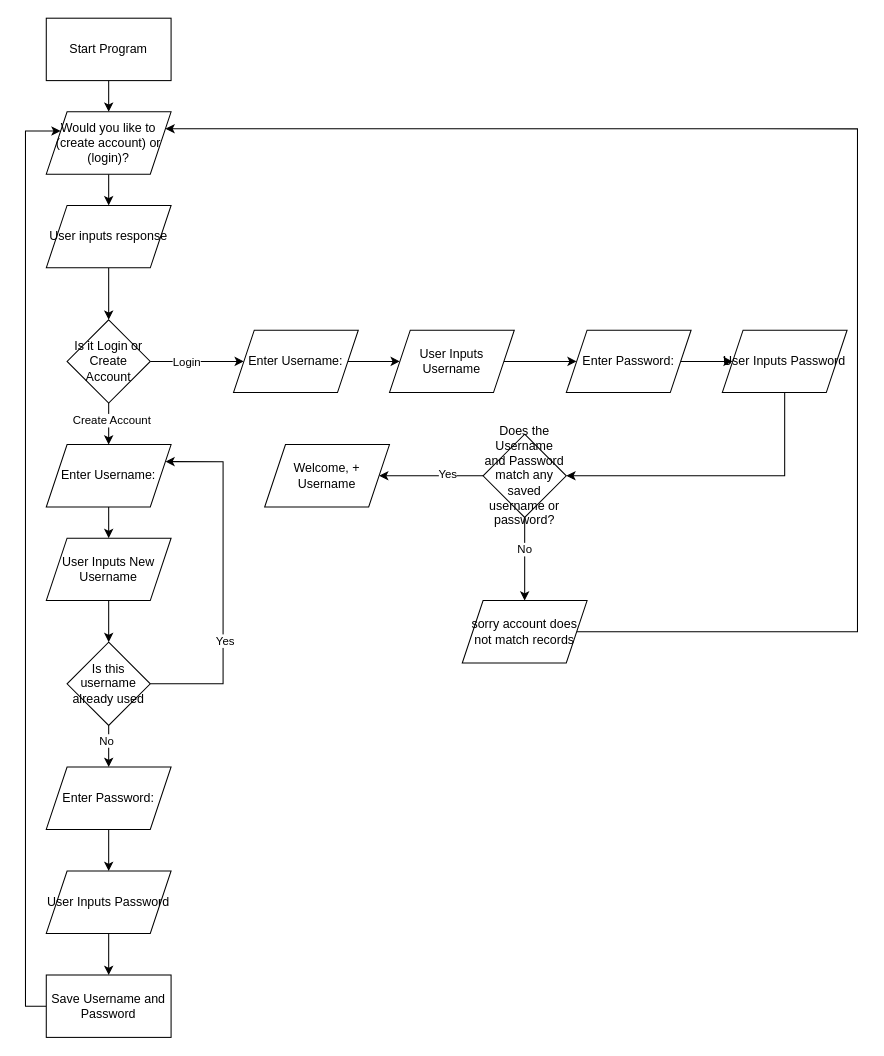
Above: AdvArrays.drawio in ip1200-Wilson/First-repository (draw.io), before the change. Source tidied: cells renumbered, new cells numbered last; positions are measured from the earlier drawing's top-left corner, leaving out a move shared by most shapes. Both pictures are drawn from the tidied source at 104%, with x=0, y=0 at pixel (25, 18).
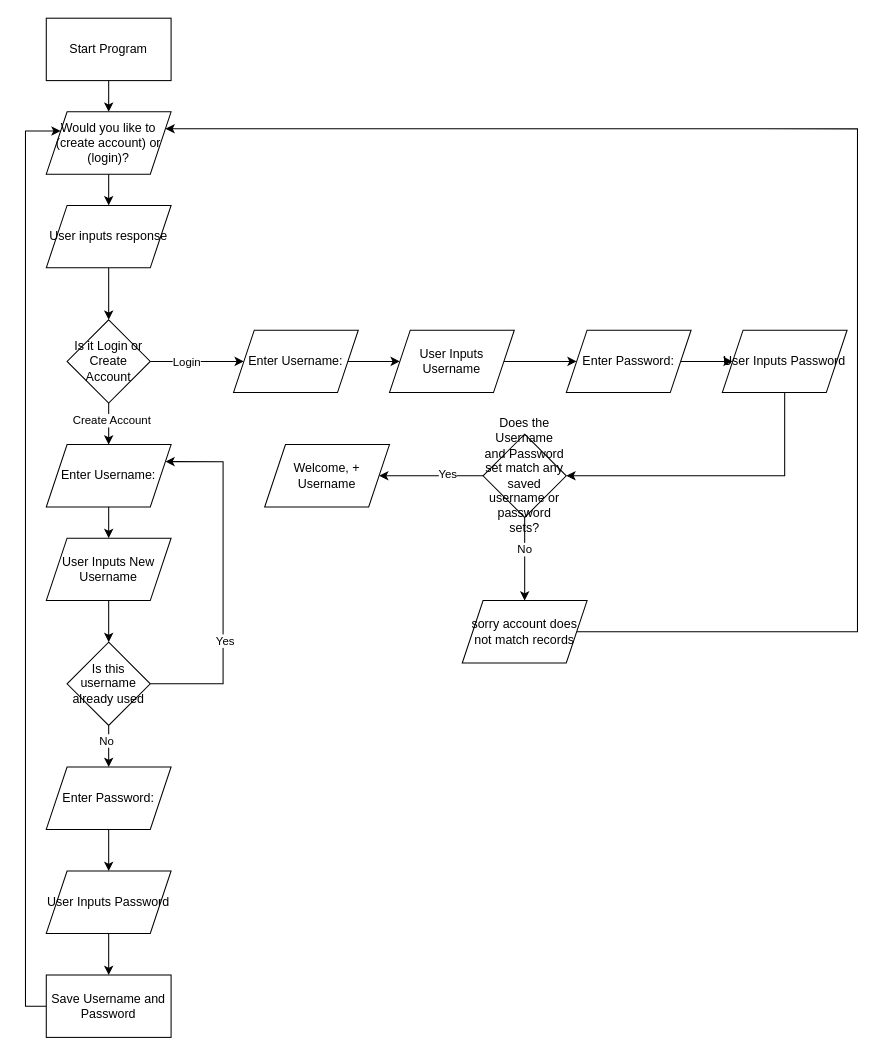
Above is the later version.

Change to the diagram source:
```diff
@@
-    <mxCell id="40" value="Does the Username and Password match any saved username or password?" style="rhombus;whiteSpace=wrap;html=1;" parent="1" vertex="1">
+    <mxCell id="40" value="Does the Username and Password set match any saved username or password sets?" style="rhombus;whiteSpace=wrap;html=1;" parent="1" vertex="1">
       <mxGeometry x="440" y="400" width="80" height="80" as="geometry" />
     </mxCell>
```
